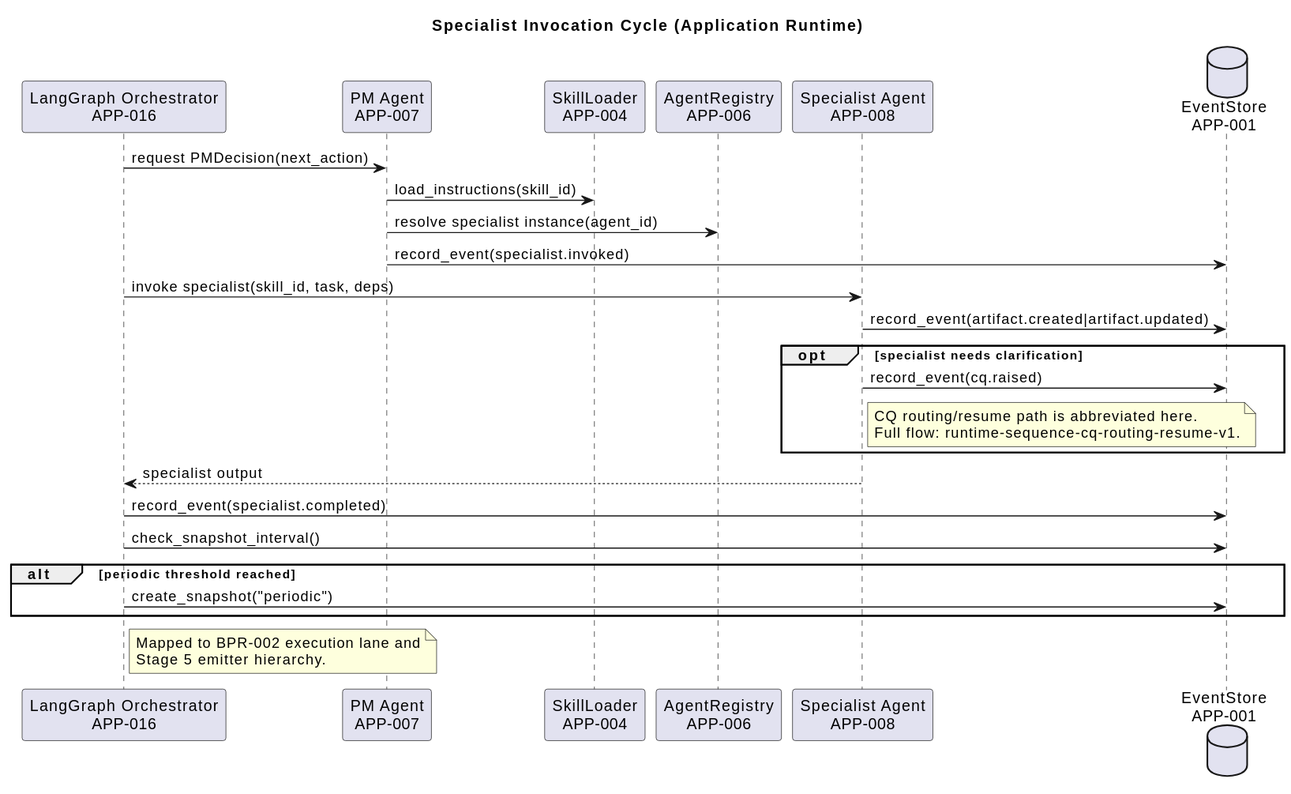
Above: engagements/ENG-001/work-repositories/architecture-repository/diagram-catalog/rendered/runtime-sequence-specialist-invocation-cycle-v1.svg in mbauer83/sdlc-multi-agent-system (PlantUML), before the change. The source it was exported from:
```plantuml
@startuml
title Specialist Invocation Cycle (Application Runtime)

participant "LangGraph Orchestrator\nAPP-016" as APP_016
participant "PM Agent\nAPP-007" as APP_007
participant "SkillLoader\nAPP-004" as APP_004
participant "AgentRegistry\nAPP-006" as APP_006
participant "Specialist Agent\nAPP-008" as APP_008
database "EventStore\nAPP-001" as APP_001

APP_016 -> APP_007: request PMDecision(next_action)
APP_007 -> APP_004: load_instructions(skill_id)
APP_007 -> APP_006: resolve specialist instance(agent_id)
APP_007 -> APP_001: record_event(specialist.invoked)
APP_016 -> APP_008: invoke specialist(skill_id, task, deps)

APP_008 -> APP_001: record_event(artifact.created|artifact.updated)
opt specialist needs clarification
  APP_008 -> APP_001: record_event(cq.raised)
  note right of APP_008
  CQ routing/resume path is abbreviated here.
  Full flow: runtime-sequence-cq-routing-resume-v1.
  end note
end
APP_008 --> APP_016: specialist output
APP_016 -> APP_001: record_event(specialist.completed)
APP_016 -> APP_001: check_snapshot_interval()
alt periodic threshold reached
  APP_016 -> APP_001: create_snapshot("periodic")
end

note right of APP_016
Mapped to BPR-002 execution lane and
Stage 5 emitter hierarchy.
end note
@enduml
```
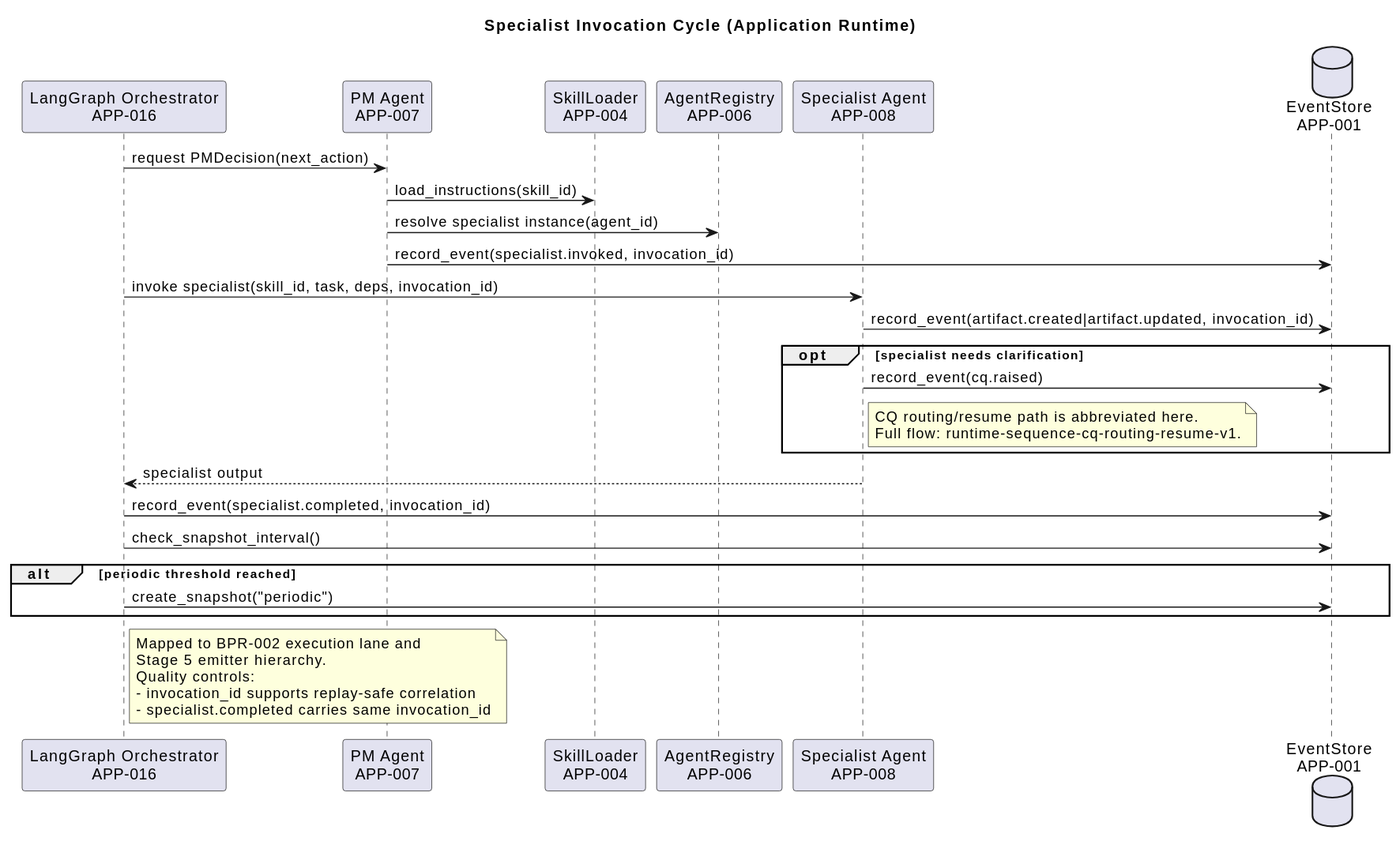
Above is the later version.

Diff of the diagram source:
```diff
@@ -11,10 +11,10 @@
 APP_016 -> APP_007: request PMDecision(next_action)
 APP_007 -> APP_004: load_instructions(skill_id)
 APP_007 -> APP_006: resolve specialist instance(agent_id)
-APP_007 -> APP_001: record_event(specialist.invoked)
-APP_016 -> APP_008: invoke specialist(skill_id, task, deps)
+APP_007 -> APP_001: record_event(specialist.invoked, invocation_id)
+APP_016 -> APP_008: invoke specialist(skill_id, task, deps, invocation_id)
 
-APP_008 -> APP_001: record_event(artifact.created|artifact.updated)
+APP_008 -> APP_001: record_event(artifact.created|artifact.updated, invocation_id)
 opt specialist needs clarification
   APP_008 -> APP_001: record_event(cq.raised)
   note right of APP_008
@@ -23,7 +23,7 @@
   end note
 end
 APP_008 --> APP_016: specialist output
-APP_016 -> APP_001: record_event(specialist.completed)
+APP_016 -> APP_001: record_event(specialist.completed, invocation_id)
 APP_016 -> APP_001: check_snapshot_interval()
 alt periodic threshold reached
   APP_016 -> APP_001: create_snapshot("periodic")
@@ -32,5 +32,8 @@
 note right of APP_016
 Mapped to BPR-002 execution lane and
 Stage 5 emitter hierarchy.
+Quality controls:
+- invocation_id supports replay-safe correlation
+- specialist.completed carries same invocation_id
 end note
 @enduml
```
